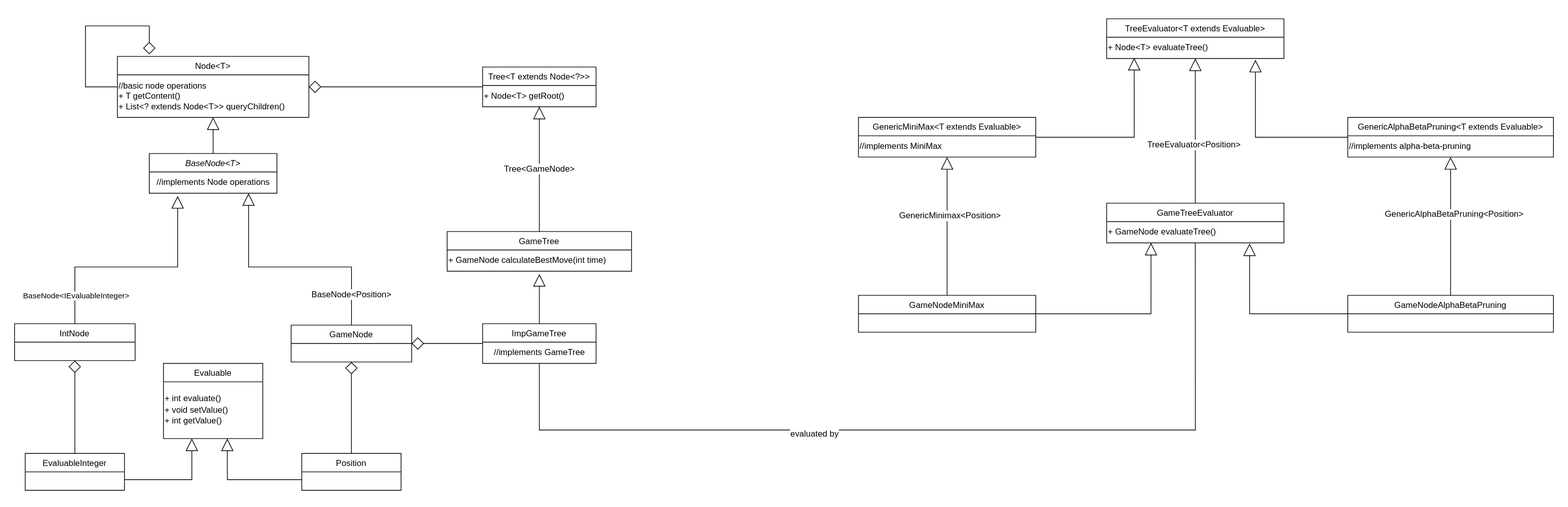
This is diagrams/ClassDiagramGameTree.drawio.svg from jlux98/SchachMotor, a draw.io export, as it was before one commit. Source tidied: cells renumbered, new cells last; positions are measured from the earlier drawing's top-left corner, leaving out a move shared by most shapes.
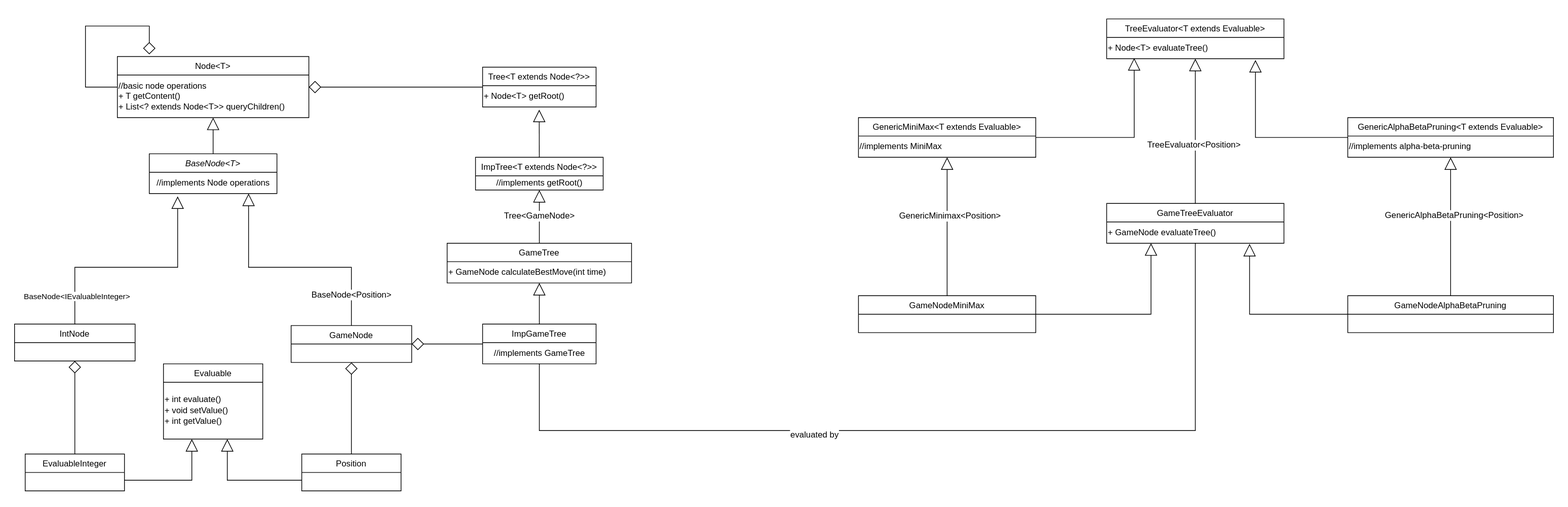
After the commit.

Commit message:
Updated CLassDiagramm renamed baseTree - updated class diagram - renamed BaseTree to ImpTree as it is not an abstract class, but a full implementation of the tree interface

The edit, as a diff of the source:
```diff
@@ -67,11 +67,11 @@
     <mxCell id="17" value="&lt;div align=&quot;left&quot;&gt;&amp;nbsp; + Node&amp;lt;T&amp;gt; getRoot()&lt;/div&gt;" style="text;html=1;align=left;verticalAlign=middle;points=[];strokeColor=none;fillColor=none;fontSize=12;" parent="16" vertex="1">
       <mxGeometry y="26" width="160" height="30" as="geometry" />
     </mxCell>
-    <mxCell id="18" value="&lt;font style=&quot;font-size: 12px;&quot;&gt;Tree&amp;lt;GameNode&amp;gt;&lt;/font&gt;" style="edgeStyle=orthogonalEdgeStyle;rounded=0;jettySize=auto;html=1;entryX=0.5;entryY=1;entryDx=0;entryDy=0;startArrow=none;startFill=0;endArrow=block;endFill=0;startSize=15;endSize=15;targetPerimeterSpacing=0;strokeWidth=1;fontSize=12;" parent="1" edge="1" source="19" target="16">
+    <mxCell id="18" value="&lt;font style=&quot;font-size: 12px;&quot;&gt;Tree&amp;lt;GameNode&amp;gt;&lt;/font&gt;" style="edgeStyle=orthogonalEdgeStyle;rounded=0;jettySize=auto;html=1;startArrow=none;startFill=0;endArrow=block;endFill=0;startSize=15;endSize=15;targetPerimeterSpacing=0;strokeWidth=1;fontSize=12;" parent="1" edge="1" source="19" target="56">
       <mxGeometry relative="1" as="geometry" />
     </mxCell>
     <mxCell id="19" value="GameTree" style="swimlane;fontStyle=0;horizontal=1;startSize=26;fillColor=none;fontSize=12;" parent="1" vertex="1">
-      <mxGeometry x="610" y="300" width="260" height="56" as="geometry" />
+      <mxGeometry x="610" y="316" width="260" height="56" as="geometry" />
     </mxCell>
     <mxCell id="20" value="&lt;div align=&quot;left&quot;&gt;&amp;nbsp; + GameNode calculateBestMove(int time)&lt;/div&gt;" style="text;html=1;align=left;verticalAlign=middle;strokeColor=none;fillColor=none;fontSize=12;" parent="19" vertex="1">
       <mxGeometry y="26" width="260" height="30" as="geometry" />
@@ -87,14 +87,12 @@
     <mxCell id="22" value="evaluated by" style="edgeLabel;html=1;align=center;verticalAlign=middle;fontSize=12;" parent="21" vertex="1">
       <mxGeometry x="-0.25" y="-5" relative="1" as="geometry" />
     </mxCell>
-    <mxCell id="23" style="edgeStyle=orthogonalEdgeStyle;rounded=0;jettySize=auto;html=1;fontSize=12;startArrow=none;startFill=0;endArrow=block;endFill=0;startSize=15;endSize=15;targetPerimeterSpacing=0;strokeWidth=1;" parent="1" edge="1" source="25">
-      <mxGeometry relative="1" as="geometry">
-        <mxPoint x="740" y="360" as="targetPoint" />
-      </mxGeometry>
-    </mxCell>
     <mxCell id="24" style="edgeStyle=orthogonalEdgeStyle;rounded=0;jettySize=auto;html=1;entryX=1;entryY=0.5;entryDx=0;entryDy=0;fontSize=12;startArrow=none;startFill=0;endArrow=diamond;endFill=0;startSize=15;endSize=15;targetPerimeterSpacing=0;strokeWidth=1;" parent="1" edge="1" source="25" target="9">
       <mxGeometry relative="1" as="geometry" />
     </mxCell>
+    <mxCell id="53" style="edgeStyle=none;html=1;endArrow=block;endFill=0;startSize=15;endSize=15;" parent="1" edge="1" source="25" target="19">
+      <mxGeometry relative="1" as="geometry" />
+    </mxCell>
     <mxCell id="25" value="ImpGameTree" style="swimlane;fontStyle=0;horizontal=1;startSize=26;fillColor=none;fontSize=12;" parent="1" vertex="1">
       <mxGeometry x="660" y="430" width="160" height="56" as="geometry" />
     </mxCell>
@@ -191,5 +189,14 @@
     <mxCell id="52" value="EvaluableInteger" style="swimlane;fontStyle=0;horizontal=1;startSize=26;fillColor=none;fontSize=12;" parent="1" vertex="1">
       <mxGeometry x="15" y="613" width="140" height="52" as="geometry" />
     </mxCell>
+    <mxCell id="54" style="edgeStyle=none;html=1;entryX=0.499;entryY=1.128;entryDx=0;entryDy=0;entryPerimeter=0;endSize=15;startSize=15;endArrow=block;endFill=0;" parent="1" edge="1" source="55" target="17">
+      <mxGeometry relative="1" as="geometry" />
+    </mxCell>
+    <mxCell id="55" value="ImpTree&lt;T extends Node&lt;?&gt;&gt;" style="swimlane;fontStyle=0;horizontal=1;startSize=26;fillColor=none;fontSize=12;" parent="1" vertex="1">
+      <mxGeometry x="650" y="195" width="180" height="46" as="geometry" />
+    </mxCell>
+    <mxCell id="56" value="//implements getRoot()" style="text;html=1;align=center;verticalAlign=middle;points=[];strokeColor=none;fillColor=none;fontSize=12;" parent="55" vertex="1">
+      <mxGeometry y="26" width="180" height="20" as="geometry" />
+    </mxCell>
   </root>
 </mxGraphModel>
```
